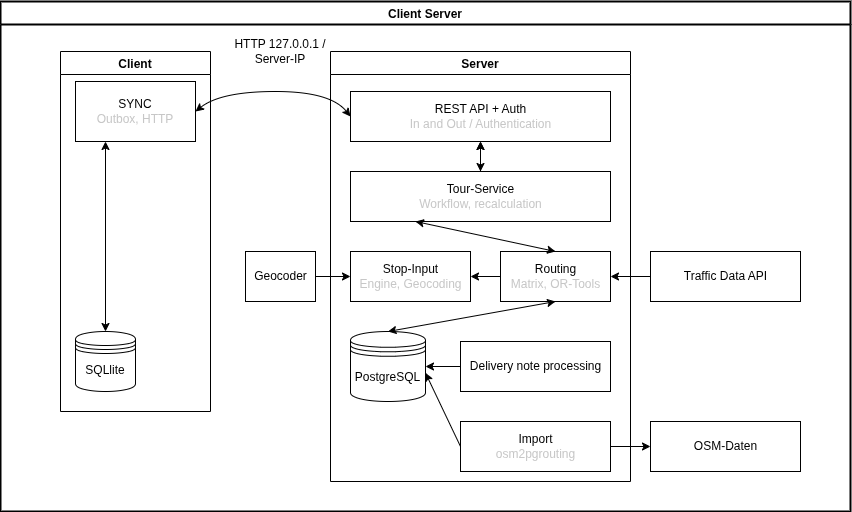
gabrielbindi/VoBi-Tour keeps this draw.io diagram as docs/architecture/data-architecture.drawio.png. Above is the earlier version. Source tidied: cells renumbered, new cells last; positions are measured from the earlier drawing's top-left corner, leaving out a move shared by most shapes.
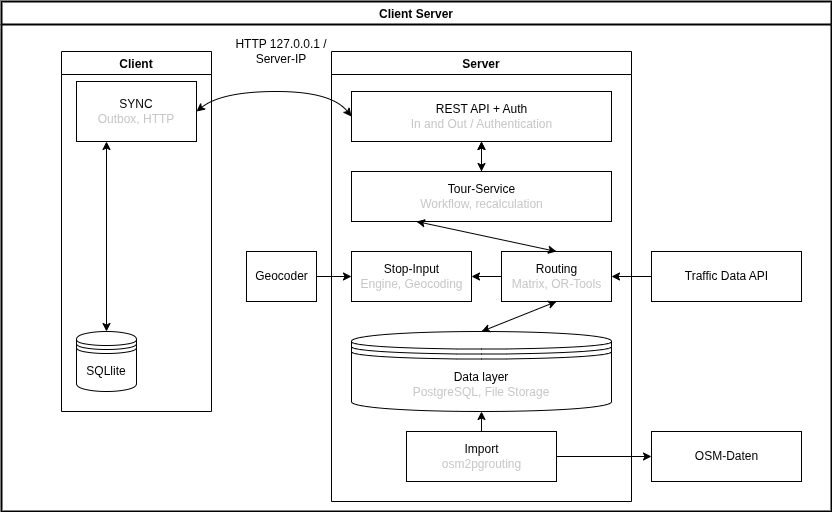
The same file after the commit.

Commit message:
#18 Data layer update

The edit, as a diff of the source:
```diff
@@ -3,10 +3,10 @@
     <mxCell id="0" />
     <mxCell id="1" parent="0" />
     <mxCell id="2" value="Client Server" style="swimlane;rounded=0;strokeWidth=2;swimlaneLine=1;strokeColor=#000000;" parent="1" vertex="1">
-      <mxGeometry width="850" height="510" as="geometry" />
+      <mxGeometry width="830" height="510" as="geometry" />
     </mxCell>
     <mxCell id="3" value="Server" style="swimlane;strokeColor=#000000;" parent="2" vertex="1">
-      <mxGeometry x="330" y="50" width="300" height="430" as="geometry" />
+      <mxGeometry x="330" y="50" width="300" height="450" as="geometry" />
     </mxCell>
     <mxCell id="4" value="REST API + Auth&lt;br&gt;&lt;font color=&quot;#c7c7c7&quot;&gt;In and Out / Authentication&lt;/font&gt;" style="html=1;" parent="3" vertex="1">
       <mxGeometry x="20" y="40" width="260" height="50" as="geometry" />
@@ -17,14 +17,8 @@
     <mxCell id="6" value="Routing&lt;br&gt;&lt;font color=&quot;#c7c7c7&quot;&gt;Matrix, OR-Tools&lt;/font&gt;" style="html=1;" parent="3" vertex="1">
       <mxGeometry x="170" y="200" width="110" height="50" as="geometry" />
     </mxCell>
-    <mxCell id="7" value="Delivery note processing" style="html=1;" parent="3" vertex="1">
-      <mxGeometry x="130" y="290" width="150" height="50" as="geometry" />
-    </mxCell>
-    <mxCell id="8" style="endArrow=classic;html=1;entryX=1;entryY=0.5;entryDx=0;entryDy=0;strokeColor=#000000;exitX=0;exitY=0.5;exitDx=0;exitDy=0;" parent="3" edge="1" source="7" target="9">
-      <mxGeometry relative="1" as="geometry" />
-    </mxCell>
-    <mxCell id="9" value="PostgreSQL" style="shape=datastore;whiteSpace=wrap;html=1;" parent="3" vertex="1">
-      <mxGeometry x="20" y="280" width="75" height="70" as="geometry" />
+    <mxCell id="9" value="Data layer&lt;br&gt;&lt;font color=&quot;#c7c7c7&quot;&gt;PostgreSQL, File Storage&lt;/font&gt;&lt;br&gt;" style="shape=datastore;whiteSpace=wrap;html=1;" parent="3" vertex="1">
+      <mxGeometry x="20" y="280" width="260" height="80" as="geometry" />
     </mxCell>
     <mxCell id="10" style="endArrow=classic;startArrow=classic;html=1;entryX=0.5;entryY=1;entryDx=0;entryDy=0;exitX=0.5;exitY=0;exitDx=0;exitDy=0;strokeColor=#000000;" parent="3" edge="1" source="9" target="6">
       <mxGeometry relative="1" as="geometry" />
@@ -41,11 +35,11 @@
     <mxCell id="14" style="endArrow=classic;startArrow=classic;html=1;strokeColor=#000000;fontColor=#C7C7C7;entryX=0.5;entryY=1;entryDx=0;entryDy=0;exitX=0.5;exitY=0;exitDx=0;exitDy=0;" parent="3" edge="1" source="12" target="4">
       <mxGeometry relative="1" as="geometry" />
     </mxCell>
-    <mxCell id="15" style="edgeStyle=none;html=1;strokeColor=#000000;fontColor=#C7C7C7;endArrow=classic;endFill=1;exitX=0;exitY=0.5;exitDx=0;exitDy=0;entryX=0.999;entryY=0.59;entryDx=0;entryDy=0;entryPerimeter=0;" parent="3" edge="1" source="16" target="9">
+    <mxCell id="15" style="edgeStyle=none;html=1;strokeColor=#000000;fontColor=#C7C7C7;endArrow=classic;endFill=1;exitX=0.5;exitY=0;exitDx=0;exitDy=0;entryX=0.5;entryY=1;entryDx=0;entryDy=0;" parent="3" edge="1" source="16" target="9">
       <mxGeometry relative="1" as="geometry" />
     </mxCell>
     <mxCell id="16" value="Import&lt;br&gt;&lt;font color=&quot;#c7c7c7&quot;&gt;osm2pgrouting&lt;/font&gt;" style="html=1;" parent="3" vertex="1">
-      <mxGeometry x="130" y="370" width="150" height="50" as="geometry" />
+      <mxGeometry x="75" y="380" width="150" height="50" as="geometry" />
     </mxCell>
     <mxCell id="17" value="Stop-Input&lt;br&gt;&lt;font color=&quot;#c7c7c7&quot;&gt;Engine, Geocoding&lt;/font&gt;" style="html=1;" parent="3" vertex="1">
       <mxGeometry x="20" y="200" width="120" height="50" as="geometry" />
@@ -80,7 +74,7 @@
       <mxGeometry relative="1" as="geometry" />
     </mxCell>
     <mxCell id="26" value="OSM-Daten" style="html=1;" parent="2" vertex="1">
-      <mxGeometry x="650" y="420" width="150" height="50" as="geometry" />
+      <mxGeometry x="650" y="430" width="150" height="50" as="geometry" />
     </mxCell>
     <mxCell id="27" style="edgeStyle=none;html=1;strokeColor=#000000;fontColor=#C7C7C7;endArrow=classic;endFill=1;" parent="2" edge="1" source="16" target="26">
       <mxGeometry relative="1" as="geometry" />
```
